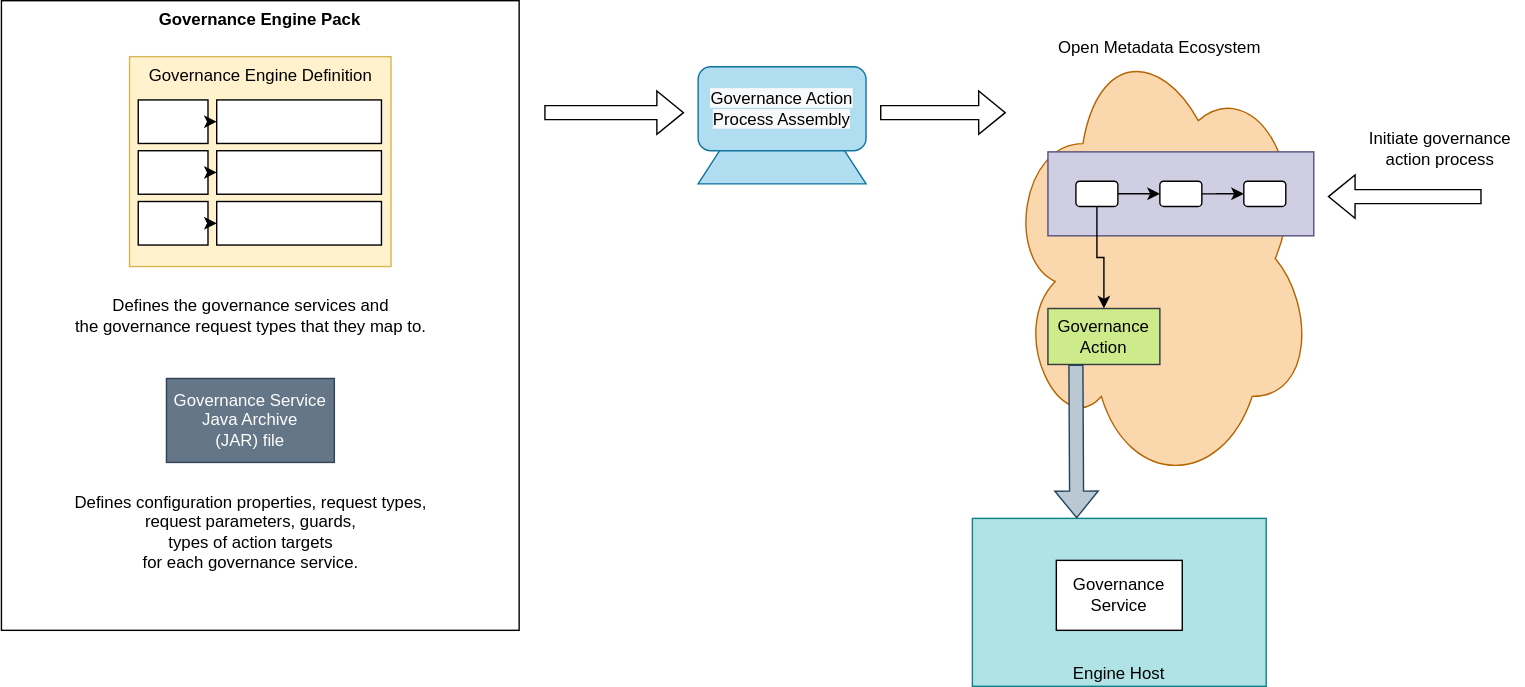
This is site/docs/concepts/governance-action-process-lifecycle.svg from odpi/egeria-docs, a draw.io export, as it was before one commit. Source tidied: cells renumbered, new cells last; positions are measured from the earlier drawing's top-left corner, leaving out a move shared by most shapes. Its diagram source:
```xml
<mxGraphModel>
  <root>
    <mxCell id="0" />
    <mxCell id="1" parent="0" />
    <mxCell id="2" style="shape=trapezoid;perimeter=trapezoidPerimeter;whiteSpace=wrap;html=1;fixedSize=1;fillColor=#b1ddf0;strokeColor=#10739e;" parent="1" vertex="1">
      <mxGeometry x="498" y="100" width="120" height="30.9" as="geometry" />
    </mxCell>
    <mxCell id="3" value="Governance Engine Pack" style="rounded=0;whiteSpace=wrap;html=1;verticalAlign=top;fontStyle=1;" parent="1" vertex="1">
      <mxGeometry x="0.1" width="370" height="450" as="geometry" />
    </mxCell>
    <mxCell id="4" value="Governance Engine Definition" style="rounded=0;whiteSpace=wrap;html=1;verticalAlign=top;fillColor=#fff2cc;strokeColor=#d6b656;" parent="1" vertex="1">
      <mxGeometry x="91.6" y="40" width="186.9" height="150" as="geometry" />
    </mxCell>
    <mxCell id="5" style="rounded=0;whiteSpace=wrap;html=1;" parent="1" vertex="1">
      <mxGeometry x="153.9" y="70.9" width="117.7" height="31.1" as="geometry" />
    </mxCell>
    <mxCell id="6" style="rounded=0;whiteSpace=wrap;html=1;align=center;" parent="1" vertex="1">
      <mxGeometry x="97.9" y="70.9" width="49.8" height="31.1" as="geometry" />
    </mxCell>
    <mxCell id="7" style="rounded=0;whiteSpace=wrap;html=1;" parent="1" vertex="1">
      <mxGeometry x="153.9" y="107.2" width="117.7" height="31.1" as="geometry" />
    </mxCell>
    <mxCell id="8" style="rounded=0;whiteSpace=wrap;html=1;align=center;" parent="1" vertex="1">
      <mxGeometry x="97.9" y="107.2" width="49.8" height="31.1" as="geometry" />
    </mxCell>
    <mxCell id="9" style="rounded=0;whiteSpace=wrap;html=1;" parent="1" vertex="1">
      <mxGeometry x="153.9" y="143.5" width="117.7" height="31.1" as="geometry" />
    </mxCell>
    <mxCell id="10" style="rounded=0;whiteSpace=wrap;html=1;align=center;" parent="1" vertex="1">
      <mxGeometry x="97.9" y="143.5" width="49.8" height="31.1" as="geometry" />
    </mxCell>
    <mxCell id="11" style="edgeStyle=orthogonalEdgeStyle;rounded=0;jettySize=auto;html=1;exitX=1;exitY=0.5;exitDx=0;exitDy=0;entryX=0;entryY=0.5;entryDx=0;entryDy=0;startArrow=none;startFill=0;endArrow=classic;endFill=1;fontColor=#000000;" parent="1" edge="1" source="6" target="5">
      <mxGeometry x="143.6" y="265" as="geometry" />
    </mxCell>
    <mxCell id="12" style="edgeStyle=orthogonalEdgeStyle;rounded=0;jettySize=auto;html=1;exitX=1;exitY=0.5;exitDx=0;exitDy=0;entryX=0;entryY=0.5;entryDx=0;entryDy=0;startArrow=none;startFill=0;endArrow=classic;endFill=1;fontColor=#000000;" parent="1" edge="1" source="8" target="7">
      <mxGeometry x="143.6" y="265" as="geometry" />
    </mxCell>
    <mxCell id="13" style="edgeStyle=orthogonalEdgeStyle;rounded=0;jettySize=auto;html=1;exitX=1;exitY=0.5;exitDx=0;exitDy=0;entryX=0;entryY=0.5;entryDx=0;entryDy=0;startArrow=none;startFill=0;endArrow=classic;endFill=1;fontColor=#000000;" parent="1" edge="1" source="10" target="9">
      <mxGeometry x="143.6" y="265" as="geometry" />
    </mxCell>
    <mxCell id="14" value="Defines the governance services and&lt;br&gt;the governance request types that they map to." style="text;html=1;align=center;verticalAlign=middle;strokeColor=none;fillColor=none;" parent="1" vertex="1">
      <mxGeometry x="43" y="210" width="270" height="30" as="geometry" />
    </mxCell>
    <mxCell id="15" value="Governance Service&lt;br&gt;Java Archive&lt;br&gt;(JAR) file" style="rounded=0;whiteSpace=wrap;html=1;fillColor=#647687;fontColor=#ffffff;strokeColor=#314354;" parent="1" vertex="1">
      <mxGeometry x="118" y="270" width="120" height="60" as="geometry" />
    </mxCell>
    <mxCell id="16" value="Defines configuration properties, request types,&lt;br&gt;request parameters, guards,&lt;br&gt;types of action targets&lt;br&gt;for each governance service." style="text;html=1;align=center;verticalAlign=middle;strokeColor=none;fillColor=none;" parent="1" vertex="1">
      <mxGeometry x="43" y="350" width="270" height="60" as="geometry" />
    </mxCell>
    <mxCell id="17" value="&lt;meta charset=&quot;utf-8&quot;&gt;&lt;span style=&quot;color: rgb(0, 0, 0); font-family: Helvetica; font-size: 12px; font-style: normal; font-variant-ligatures: normal; font-variant-caps: normal; font-weight: 400; letter-spacing: normal; orphans: 2; text-align: center; text-indent: 0px; text-transform: none; widows: 2; word-spacing: 0px; -webkit-text-stroke-width: 0px; background-color: rgb(248, 249, 250); text-decoration-thickness: initial; text-decoration-style: initial; text-decoration-color: initial; float: none; display: inline !important;&quot;&gt;Governance Action Process Assembly&lt;/span&gt;" style="rounded=1;whiteSpace=wrap;html=1;fillColor=#b1ddf0;strokeColor=#10739e;" parent="1" vertex="1">
      <mxGeometry x="498" y="47.2" width="120" height="60" as="geometry" />
    </mxCell>
    <mxCell id="18" style="shape=flexArrow;endArrow=classic;html=1;rounded=0;" parent="1" edge="1">
      <mxGeometry relative="1" as="geometry">
        <mxPoint x="388" y="80" as="sourcePoint" />
        <mxPoint x="488" y="80" as="targetPoint" />
      </mxGeometry>
    </mxCell>
    <mxCell id="19" value="Open Metadata Ecosystem" style="ellipse;shape=cloud;whiteSpace=wrap;html=1;fillColor=#fad7ac;strokeColor=#b46504;verticalAlign=top;" parent="1" vertex="1">
      <mxGeometry x="718" y="20" width="220" height="328.5" as="geometry" />
    </mxCell>
    <mxCell id="20" style="shape=flexArrow;endArrow=classic;html=1;rounded=0;" parent="1" edge="1">
      <mxGeometry relative="1" as="geometry">
        <mxPoint x="628" y="80" as="sourcePoint" />
        <mxPoint x="718" y="80" as="targetPoint" />
      </mxGeometry>
    </mxCell>
    <mxCell id="21" style="rounded=0;whiteSpace=wrap;html=1;fillColor=#d0cee2;strokeColor=#56517e;" parent="1" vertex="1">
      <mxGeometry x="748" y="108" width="190" height="60" as="geometry" />
    </mxCell>
    <mxCell id="22" style="edgeStyle=orthogonalEdgeStyle;rounded=0;jettySize=auto;html=1;" parent="1" edge="1" source="24" target="26">
      <mxGeometry relative="1" as="geometry" />
    </mxCell>
    <mxCell id="23" style="edgeStyle=orthogonalEdgeStyle;rounded=0;jettySize=auto;html=1;exitX=0.5;exitY=1;exitDx=0;exitDy=0;" parent="1" edge="1" source="24" target="30">
      <mxGeometry relative="1" as="geometry" />
    </mxCell>
    <mxCell id="24" style="rounded=1;whiteSpace=wrap;html=1;" parent="1" vertex="1">
      <mxGeometry x="768" y="129" width="30" height="18" as="geometry" />
    </mxCell>
    <mxCell id="25" style="edgeStyle=orthogonalEdgeStyle;rounded=0;jettySize=auto;html=1;exitX=1;exitY=0.5;exitDx=0;exitDy=0;" parent="1" edge="1" source="26" target="27">
      <mxGeometry relative="1" as="geometry" />
    </mxCell>
    <mxCell id="26" style="rounded=1;whiteSpace=wrap;html=1;" parent="1" vertex="1">
      <mxGeometry x="828" y="129" width="30" height="18" as="geometry" />
    </mxCell>
    <mxCell id="27" style="rounded=1;whiteSpace=wrap;html=1;" parent="1" vertex="1">
      <mxGeometry x="888" y="129" width="30" height="18" as="geometry" />
    </mxCell>
    <mxCell id="28" style="shape=flexArrow;endArrow=classic;html=1;rounded=0;" parent="1" edge="1">
      <mxGeometry relative="1" as="geometry">
        <mxPoint x="1058" y="140" as="sourcePoint" />
        <mxPoint x="948" y="140" as="targetPoint" />
      </mxGeometry>
    </mxCell>
    <mxCell id="29" value="Initiate governance&lt;br&gt;action process" style="text;html=1;align=center;verticalAlign=middle;strokeColor=none;fillColor=none;" parent="1" vertex="1">
      <mxGeometry x="968" y="90.7" width="120" height="30" as="geometry" />
    </mxCell>
    <mxCell id="30" value="Governance&lt;br&gt;Action" style="rounded=0;whiteSpace=wrap;html=1;fillColor=#cdeb8b;strokeColor=#36393d;" parent="1" vertex="1">
      <mxGeometry x="748" y="220" width="80" height="40" as="geometry" />
    </mxCell>
    <mxCell id="31" value="Engine Host" style="rounded=0;whiteSpace=wrap;html=1;fillColor=#b0e3e6;strokeColor=#0e8088;verticalAlign=bottom;" parent="1" vertex="1">
      <mxGeometry x="694" y="370" width="210" height="120" as="geometry" />
    </mxCell>
    <mxCell id="32" style="shape=flexArrow;endArrow=classic;html=1;rounded=0;entryX=0.355;entryY=0;entryDx=0;entryDy=0;entryPerimeter=0;exitX=0.25;exitY=1;exitDx=0;exitDy=0;fillColor=#bac8d3;strokeColor=#23445d;" parent="1" edge="1" source="30" target="31">
      <mxGeometry relative="1" as="geometry" />
    </mxCell>
    <mxCell id="33" value="Governance Service" style="rounded=0;whiteSpace=wrap;html=1;" parent="1" vertex="1">
      <mxGeometry x="754" y="400" width="90" height="50" as="geometry" />
    </mxCell>
  </root>
</mxGraphModel>
```
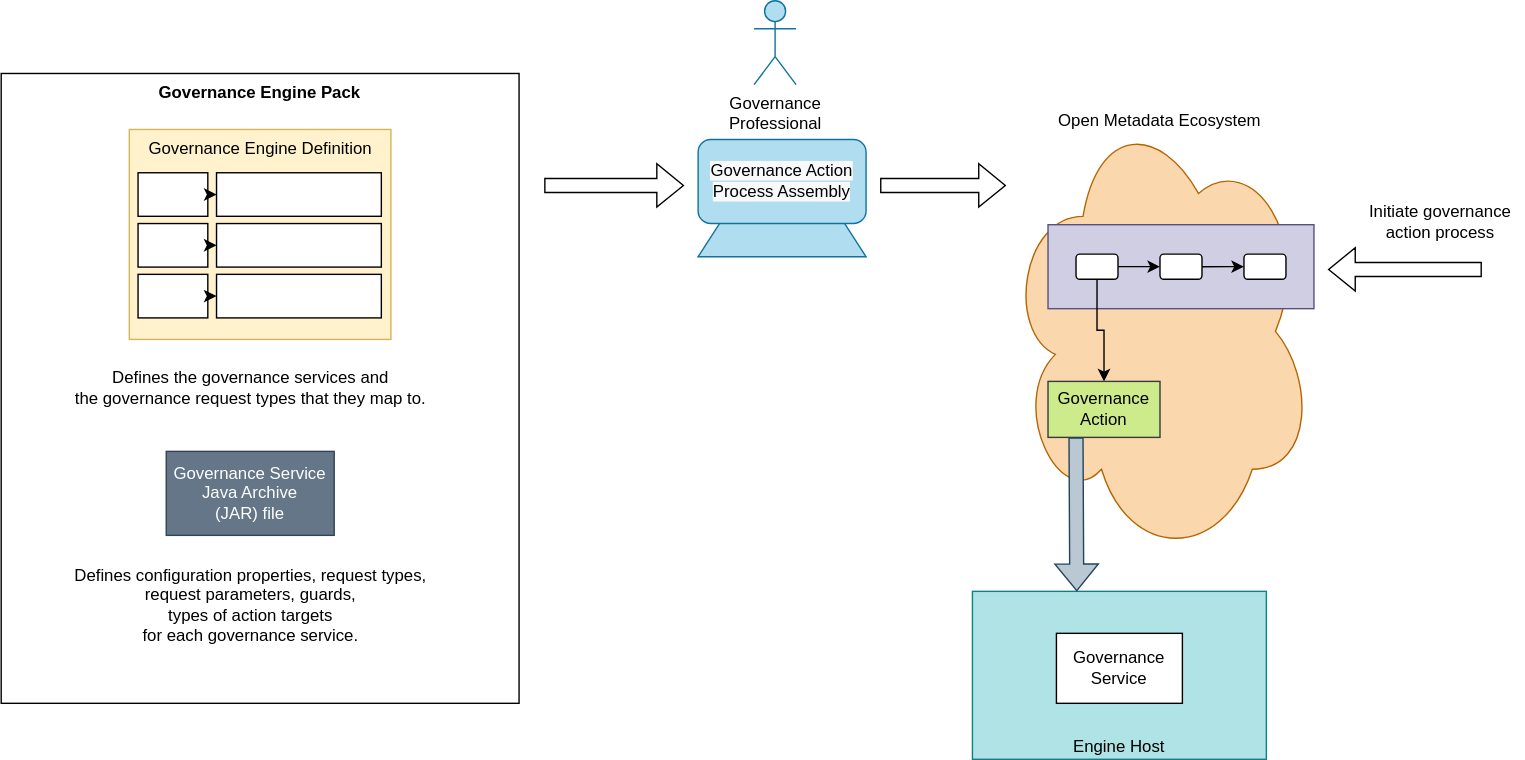
The same file after the commit.

Commit message:
Update governance action process

The edit, as a diff of the source:
```diff
@@ -107,5 +107,8 @@
     <mxCell id="33" value="Governance Service" style="rounded=0;whiteSpace=wrap;html=1;" parent="1" vertex="1">
       <mxGeometry x="754" y="400" width="90" height="50" as="geometry" />
     </mxCell>
+    <mxCell id="34" value="Governance&lt;br&gt;Professional" style="shape=umlActor;verticalLabelPosition=bottom;verticalAlign=top;html=1;fillColor=#b1ddf0;strokeColor=#10739e;" parent="1" vertex="1">
+      <mxGeometry x="538" y="-52" width="30" height="60" as="geometry" />
+    </mxCell>
   </root>
 </mxGraphModel>
```
